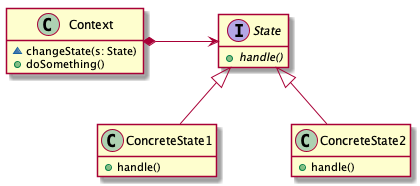
Above: comportement/state/uml/state_cd.png in ace-lectures/pattern-repository (PlantUML), before the change.
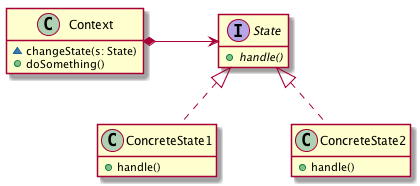
Later version of the same file.

Change to the diagram source:
```diff
@@ -23,7 +23,7 @@
   + handle()
 }
 
-State <|-- ConcreteState1
-State <|-- ConcreteState2
+State <|.. ConcreteState1
+State <|.. ConcreteState2
 
 @enduml
```
